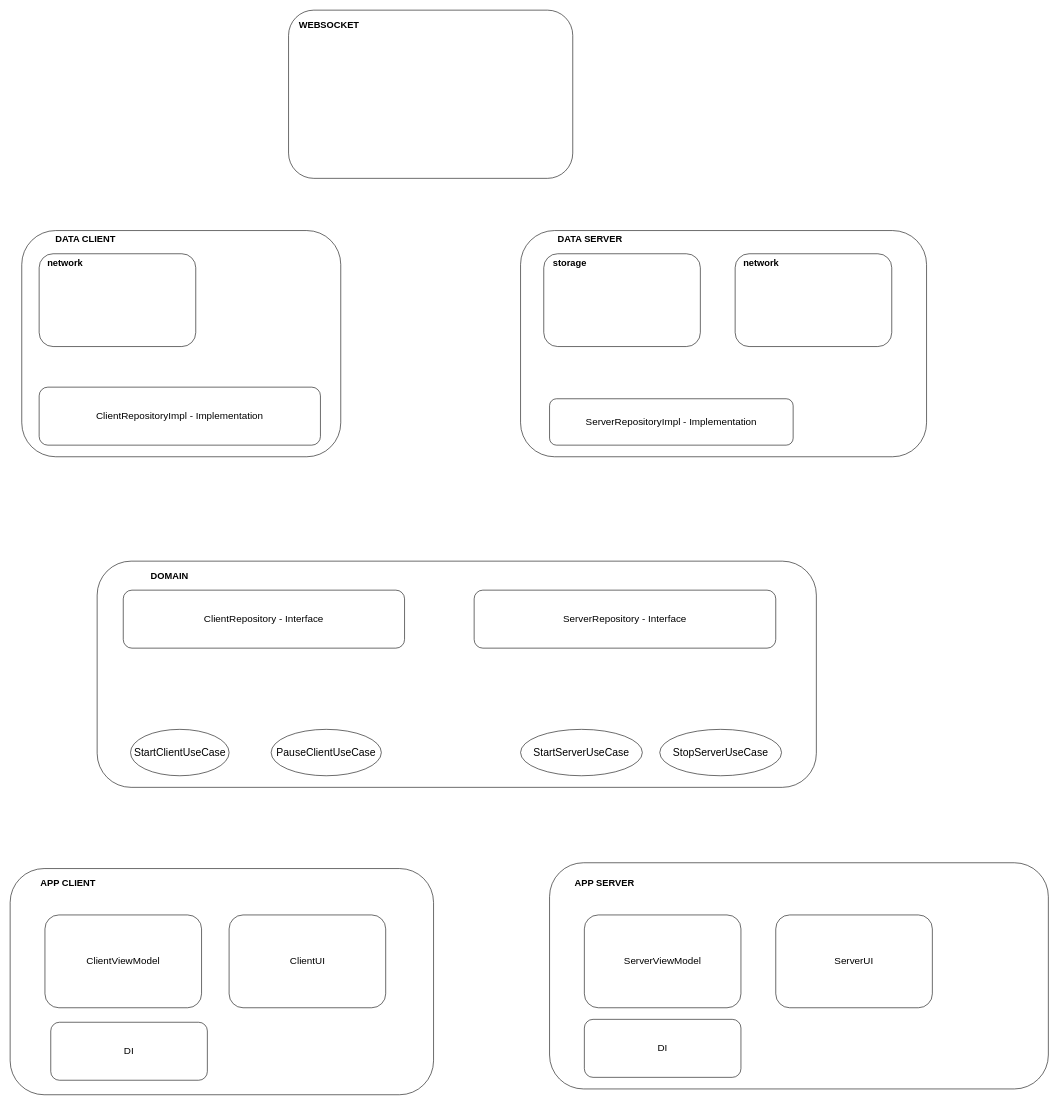
This is architecture.drawio from borsalinho/NTI_test, a draw.io file, before an edit. Source tidied: cells renumbered, new cells numbered last; positions are measured from the earlier drawing's top-left corner, leaving out a move shared by most shapes. Both pictures are drawn from the tidied source at 58%, with x=0, y=0 at pixel (10, 10).
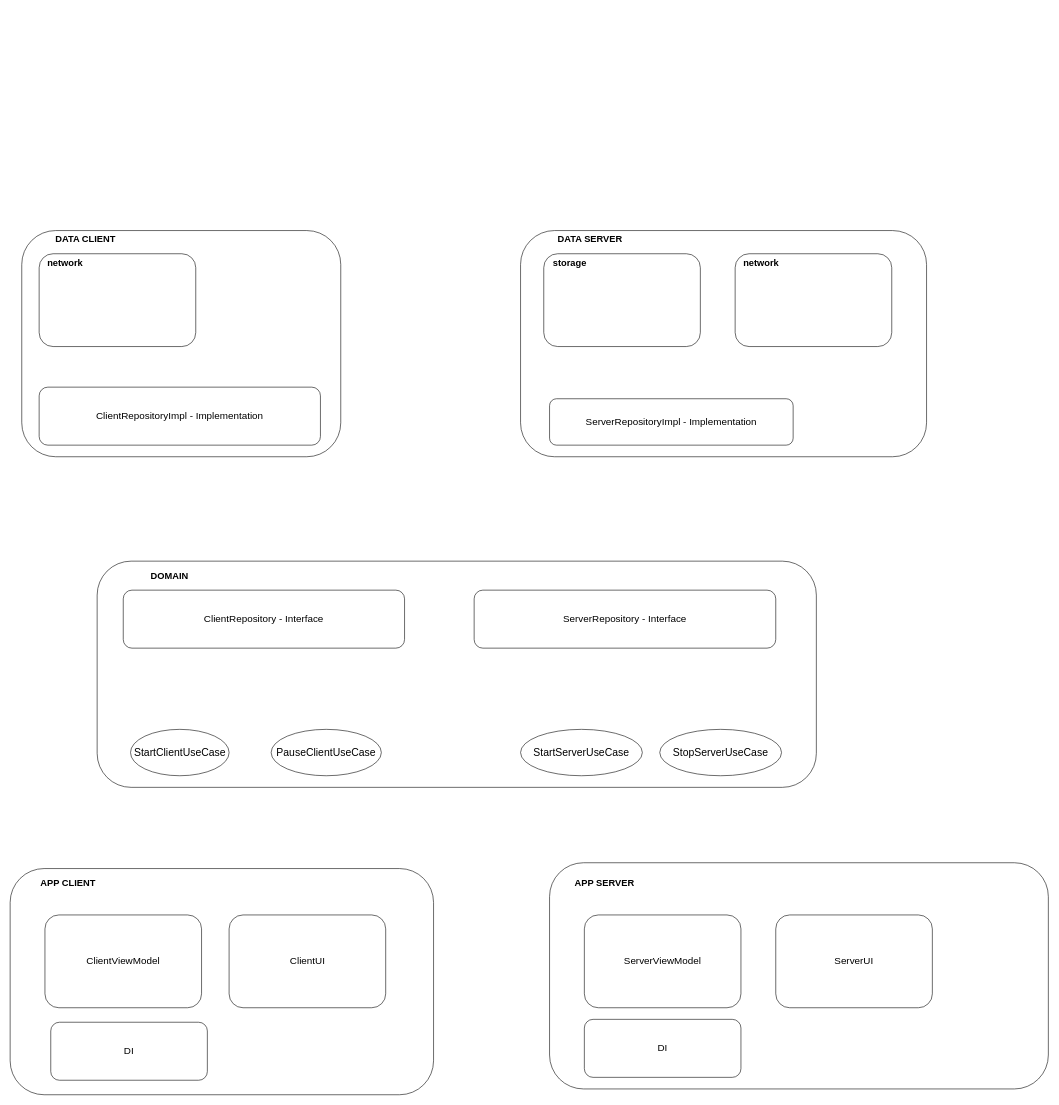
The same page after the edit.

The edit, as a diff of the source:
```diff
@@
-    <mxCell id="2" style="rounded=1;whiteSpace=wrap;html=1;" parent="1" vertex="1">
-      <mxGeometry x="480" width="490" height="290" as="geometry" />
-    </mxCell>
@@
-    <mxCell id="4" value="&lt;b&gt;&lt;font style=&quot;font-size: 16px;&quot;&gt;WEBSOCKET&lt;/font&gt;&lt;/b&gt;" style="text;html=1;align=center;verticalAlign=middle;whiteSpace=wrap;rounded=0;" parent="1" vertex="1">
-      <mxGeometry x="520" y="10" width="60" height="30" as="geometry" />
-    </mxCell>
```
